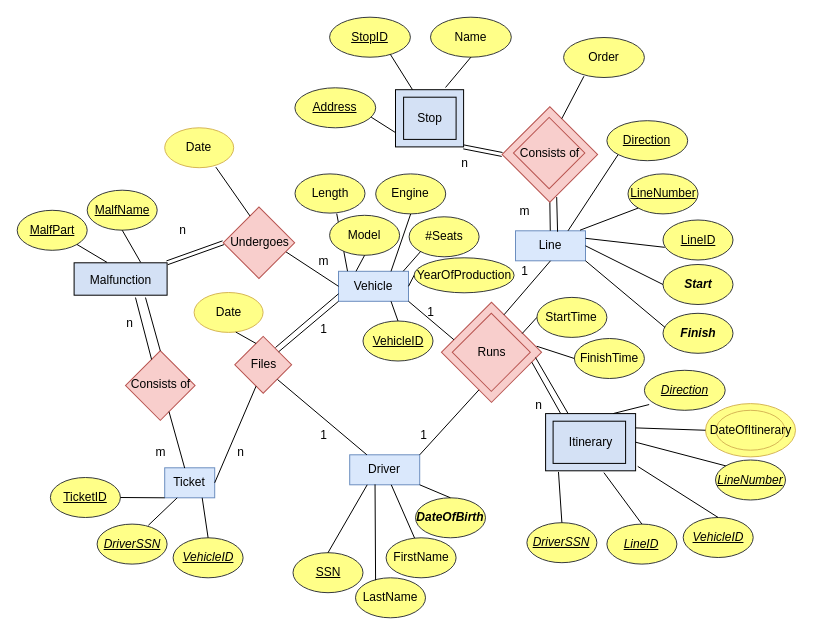
Above: Untitled Diagram.drawio in kotsos2000/kotsos2000 (draw.io), before the change. Source tidied: cells renumbered, new cells numbered last; positions are measured from the earlier drawing's top-left corner, leaving out a move shared by most shapes. Both pictures are drawn from the tidied source at 100%, with x=0, y=0 at pixel (17, 17).
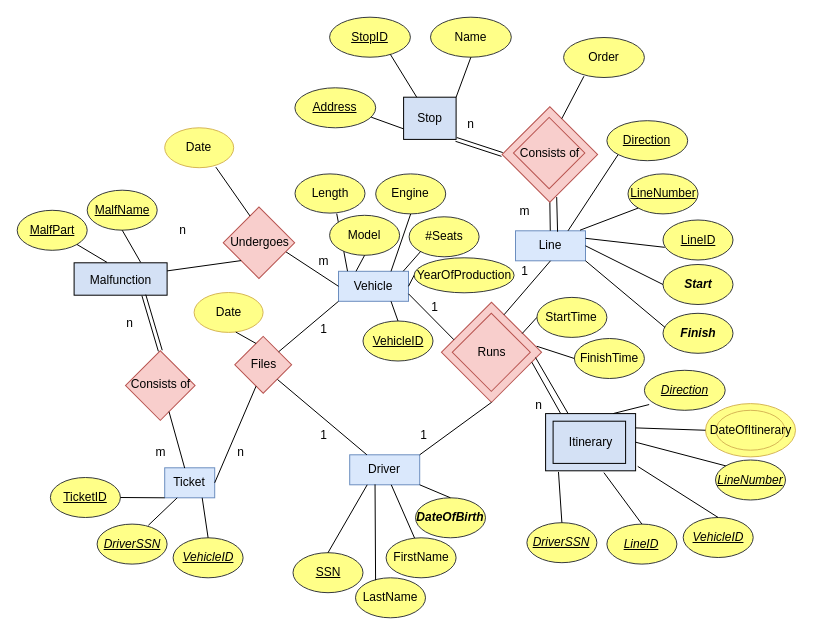
The same page after the edit.

Unchanged cells that the change refers to:
```xml
<mxCell id="5" value="&lt;div&gt;Vehicle&lt;/div&gt;" style="rounded=0;whiteSpace=wrap;html=1;fillColor=#dae8fc;strokeColor=#6c8ebf;" parent="1" vertex="1">
  <mxGeometry x="321" y="253.8" width="70" height="30" as="geometry" />
</mxCell>
<mxCell id="6" value="&lt;div&gt;Driver&lt;/div&gt;" style="rounded=0;whiteSpace=wrap;html=1;fillColor=#dae8fc;strokeColor=#6c8ebf;" parent="1" vertex="1">
  <mxGeometry x="332.2" y="437.3" width="70" height="30" as="geometry" />
</mxCell>
<mxCell id="7" value="&lt;div&gt;Line&lt;/div&gt;" style="rounded=0;whiteSpace=wrap;html=1;fillColor=#dae8fc;strokeColor=#6c8ebf;" parent="1" vertex="1">
  <mxGeometry x="498" y="213.3" width="70" height="30" as="geometry" />
</mxCell>
<mxCell id="24" style="rounded=0;whiteSpace=wrap;html=1;fillColor=#D4E1F5;" parent="1" vertex="1">
  <mxGeometry x="56.6" y="245.3" width="93" height="32.4" as="geometry" />
</mxCell>
<mxCell id="25" value="Malfunction" style="text;html=1;align=center;verticalAlign=middle;points=[];strokeColor=none;fillColor=none;" parent="1" vertex="1">
  <mxGeometry x="63.1" y="247.8" width="80" height="30" as="geometry" />
</mxCell>
<mxCell id="27" value="Stop" style="rounded=0;whiteSpace=wrap;html=1;fillColor=#D4E1F5;" parent="1" vertex="1">
  <mxGeometry x="386.1" y="79.7" width="52.5" height="42.2" as="geometry" />
</mxCell>
<mxCell id="28" style="whiteSpace=wrap;html=1;rotation=45;fillColor=#f8cecc;strokeColor=#b85450;" parent="1" vertex="1">
  <mxGeometry x="438.6" y="299.4" width="70.8" height="70.8" as="geometry" />
</mxCell>
<mxCell id="31" style="whiteSpace=wrap;html=1;rotation=45;fillColor=#f8cecc;strokeColor=#b85450;" parent="1" vertex="1">
  <mxGeometry x="498.6" y="103.2" width="67.5" height="67.5" as="geometry" />
</mxCell>
<mxCell id="34" style="whiteSpace=wrap;html=1;fillColor=#f8cecc;rotation=45;strokeColor=#b85450;" parent="1" vertex="1">
  <mxGeometry x="216.2" y="200" width="50.5" height="50.5" as="geometry" />
</mxCell>
<mxCell id="36" style="whiteSpace=wrap;html=1;fillColor=#f8cecc;rotation=45;strokeColor=#b85450;" parent="1" vertex="1">
  <mxGeometry x="118.2" y="343.5" width="49.2" height="49.2" as="geometry" />
</mxCell>
<mxCell id="77" value="&lt;u&gt;Address&lt;/u&gt;" style="ellipse;whiteSpace=wrap;html=1;fillColor=#ffff88;strokeColor=#36393d;" parent="1" vertex="1">
  <mxGeometry x="277.4" y="70.3" width="80.8" height="40" as="geometry" />
</mxCell>
<mxCell id="79" value="Name" style="ellipse;whiteSpace=wrap;html=1;fillColor=#ffff88;strokeColor=#36393d;" parent="1" vertex="1">
  <mxGeometry x="413" y="-0.3" width="80.8" height="40" as="geometry" />
</mxCell>
<mxCell id="99" value="&lt;u&gt;StopID&lt;/u&gt;" style="ellipse;whiteSpace=wrap;html=1;fillColor=#ffff88;strokeColor=#36393d;" parent="1" vertex="1">
  <mxGeometry x="312.1" y="-0.3" width="80.8" height="40" as="geometry" />
</mxCell>
```

What changed in the source:
```diff
@@
-    <mxCell id="10" style="shape=link;html=1;rounded=0;entryX=0;entryY=1;entryDx=0;entryDy=0;exitX=1;exitY=1;exitDx=0;exitDy=0;" parent="1" edge="1" source="26" target="31">
+    <mxCell id="10" style="shape=link;html=1;rounded=0;entryX=0;entryY=1;entryDx=0;entryDy=0;exitX=1;exitY=1;exitDx=0;exitDy=0;" parent="1" edge="1" source="27" target="31">
       <mxGeometry relative="1" as="geometry" />
     </mxCell>
@@
-    <mxCell id="13" style="shape=link;html=1;rounded=0;exitX=1;exitY=0;exitDx=0;exitDy=0;entryX=0;entryY=1;entryDx=0;entryDy=0;" parent="1" edge="1" source="24" target="34">
-      <mxGeometry relative="1" as="geometry" />
-    </mxCell>
@@
     <mxCell id="15" value="n" style="text;html=1;align=center;verticalAlign=middle;strokeColor=none;fillColor=none;" parent="1" vertex="1">
-      <mxGeometry x="431.6" y="130.8" width="30" height="30" as="geometry" />
+      <mxGeometry x="438" y="91.9" width="30" height="30" as="geometry" />
     </mxCell>
@@
-    <mxCell id="26" style="rounded=0;whiteSpace=wrap;html=1;fillColor=#D4E1F5;" parent="1" vertex="1">
-      <mxGeometry x="378" y="72.2" width="68.1" height="57.2" as="geometry" />
-    </mxCell>
@@
-    <mxCell id="38" style="endArrow=none;html=1;rounded=0;entryX=0.811;entryY=1.074;entryDx=0;entryDy=0;entryPerimeter=0;exitX=0;exitY=0;exitDx=0;exitDy=0;" parent="1" edge="1" source="36" target="25">
-      <mxGeometry relative="1" as="geometry" />
-    </mxCell>
@@
-    <mxCell id="78" style="endArrow=none;html=1;rounded=0;entryX=0;entryY=0.75;entryDx=0;entryDy=0;exitX=0.944;exitY=0.734;exitDx=0;exitDy=0;exitPerimeter=0;" parent="1" edge="1" source="77" target="26">
+    <mxCell id="78" style="endArrow=none;html=1;rounded=0;entryX=0;entryY=0.75;entryDx=0;entryDy=0;exitX=0.944;exitY=0.734;exitDx=0;exitDy=0;exitPerimeter=0;" parent="1" edge="1" source="77" target="27">
       <mxGeometry relative="1" as="geometry" />
     </mxCell>
@@
-    <mxCell id="80" style="endArrow=none;html=1;rounded=0;exitX=0.5;exitY=1;exitDx=0;exitDy=0;" parent="1" edge="1" source="79">
-      <mxGeometry relative="1" as="geometry">
-        <mxPoint x="428" y="70" as="targetPoint" />
-      </mxGeometry>
+    <mxCell id="80" style="endArrow=none;html=1;rounded=0;exitX=0.5;exitY=1;exitDx=0;exitDy=0;entryX=1;entryY=0;entryDx=0;entryDy=0;" parent="1" edge="1" source="79" target="27">
+      <mxGeometry relative="1" as="geometry" />
     </mxCell>
@@
-    <mxCell id="85" style="endArrow=none;html=1;rounded=0;entryX=0.75;entryY=1;entryDx=0;entryDy=0;exitX=1;exitY=0;exitDx=0;exitDy=0;" parent="1" edge="1" source="6" target="28">
-      <mxGeometry relative="1" as="geometry" />
-    </mxCell>
-    <mxCell id="86" style="endArrow=none;html=1;rounded=0;entryX=0.5;entryY=1;entryDx=0;entryDy=0;exitX=0.25;exitY=0;exitDx=0;exitDy=0;" parent="1" edge="1" source="28" target="7">
-      <mxGeometry relative="1" as="geometry" />
-    </mxCell>
@@
-    <mxCell id="91" style="endArrow=none;html=1;rounded=0;entryX=1;entryY=1;entryDx=0;entryDy=0;exitX=0;exitY=0.75;exitDx=0;exitDy=0;" parent="1" edge="1" source="28" target="5">
-      <mxGeometry relative="1" as="geometry" />
-    </mxCell>
     <mxCell id="92" value="1" style="text;html=1;align=center;verticalAlign=middle;strokeColor=none;fillColor=none;" parent="1" vertex="1">
-      <mxGeometry x="398.2" y="279.9" width="30" height="30" as="geometry" />
+      <mxGeometry x="402.2" y="275" width="30" height="30" as="geometry" />
     </mxCell>
@@
-    <mxCell id="96" style="endArrow=none;html=1;rounded=0;exitX=0;exitY=0.25;exitDx=0;exitDy=0;entryX=0.686;entryY=1.074;entryDx=0;entryDy=0;entryPerimeter=0;" parent="1" edge="1" source="36" target="25">
-      <mxGeometry relative="1" as="geometry" />
-    </mxCell>
@@
-    <mxCell id="100" style="endArrow=none;html=1;rounded=0;entryX=0.25;entryY=0;entryDx=0;entryDy=0;exitX=0.752;exitY=0.93;exitDx=0;exitDy=0;exitPerimeter=0;" parent="1" edge="1" source="99" target="26">
+    <mxCell id="100" style="endArrow=none;html=1;rounded=0;entryX=0.25;entryY=0;entryDx=0;entryDy=0;exitX=0.752;exitY=0.93;exitDx=0;exitDy=0;exitPerimeter=0;" parent="1" edge="1" source="99" target="27">
       <mxGeometry relative="1" as="geometry" />
     </mxCell>
@@
-    <mxCell id="122" style="endArrow=none;html=1;rounded=0;entryX=0;entryY=0.75;entryDx=0;entryDy=0;" parent="1" edge="1" target="5">
-      <mxGeometry relative="1" as="geometry">
-        <mxPoint x="258" y="330" as="sourcePoint" />
-      </mxGeometry>
-    </mxCell>
@@
+    <mxCell id="124" style="shape=link;html=1;rounded=0;exitX=0.75;exitY=1;exitDx=0;exitDy=0;entryX=0;entryY=0;entryDx=0;entryDy=0;" parent="1" edge="1" source="24" target="36">
+      <mxGeometry relative="1" as="geometry" />
+    </mxCell>
+    <mxCell id="125" style="endArrow=none;html=1;rounded=0;exitX=0.5;exitY=1;exitDx=0;exitDy=0;entryX=0.25;entryY=0;entryDx=0;entryDy=0;" parent="1" edge="1" source="7" target="28">
+      <mxGeometry relative="1" as="geometry" />
+    </mxCell>
+    <mxCell id="126" style="endArrow=none;html=1;rounded=0;exitX=1;exitY=0.75;exitDx=0;exitDy=0;entryX=0;entryY=0.75;entryDx=0;entryDy=0;" parent="1" edge="1" source="5" target="28">
+      <mxGeometry relative="1" as="geometry" />
+    </mxCell>
+    <mxCell id="85" style="endArrow=none;html=1;rounded=0;exitX=1;exitY=0;exitDx=0;exitDy=0;entryX=1;entryY=1;entryDx=0;entryDy=0;" parent="1" edge="1" source="6" target="28">
+      <mxGeometry relative="1" as="geometry" />
+    </mxCell>
+    <mxCell id="13" style="endArrow=none;html=1;rounded=0;exitX=1;exitY=0.25;exitDx=0;exitDy=0;entryX=0.5;entryY=1;entryDx=0;entryDy=0;" parent="1" edge="1" source="24" target="34">
+      <mxGeometry relative="1" as="geometry" />
+    </mxCell>
```
